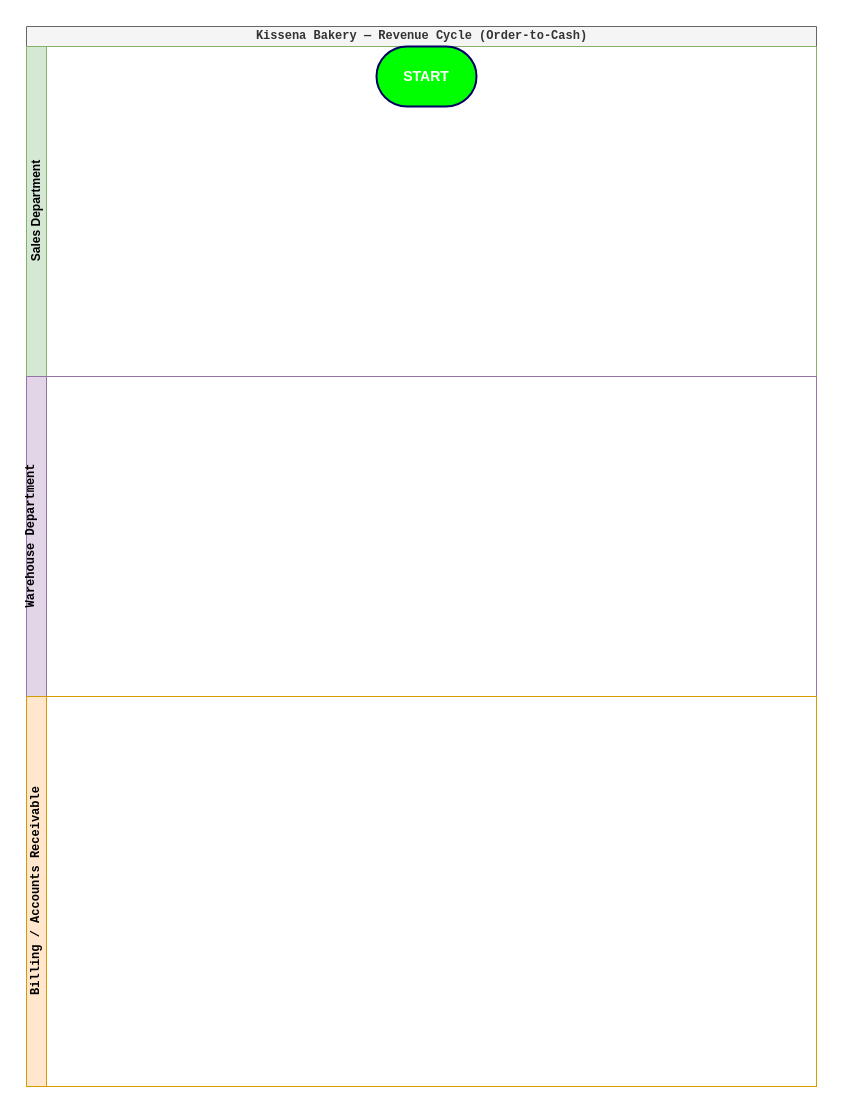
Earlier version of the draw.io diagram page "Page 1" (1 of 2) of Revenue_Cycle_Controls.drawio (GabrielLeyman/drawio). Source tidied: cells renumbered, new cells numbered last; positions are measured from the earlier drawing's top-left corner, leaving out a move shared by most shapes. Both pictures are drawn from the tidied source at 100%, with x=0, y=0 at pixel (26, 26).
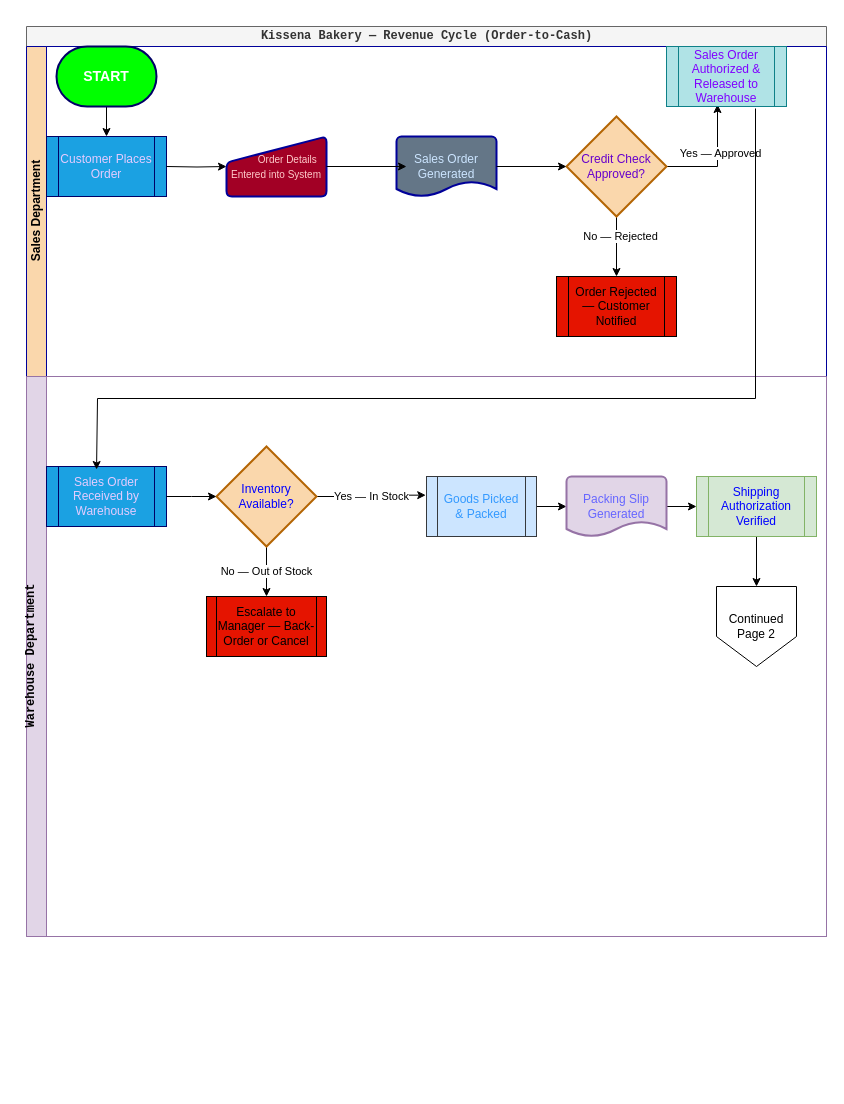
After the change.

Diff of the diagram source:
```diff
@@
     <mxCell id="2" value="&lt;pre class=&quot;overflow-visible! px-0!&quot;&gt;&lt;div class=&quot;relative w-full mt-4 mb-1&quot;&gt;&lt;div class=&quot;&quot;&gt;&lt;div class=&quot;relative&quot;&gt;&lt;div class=&quot;h-full min-h-0 min-w-0&quot;&gt;&lt;div class=&quot;h-full min-h-0 min-w-0&quot;&gt;&lt;div class=&quot;border border-token-border-light border-radius-3xl corner-superellipse/1.1 rounded-3xl&quot;&gt;&lt;div class=&quot;h-full w-full border-radius-3xl bg-token-bg-elevated-secondary corner-superellipse/1.1 overflow-clip rounded-3xl lxnfua_clipPathFallback&quot;&gt;&lt;div class=&quot;pe-11 pt-3&quot;&gt;&lt;div class=&quot;relative z-0 flex max-w-full&quot;&gt;&lt;div id=&quot;code-block-viewer&quot; dir=&quot;ltr&quot; class=&quot;q9tKkq_viewer cm-editor z-10 light:cm-light dark:cm-light flex h-full w-full flex-col items-stretch ͼ5 ͼj&quot;&gt;&lt;div class=&quot;cm-scroller&quot;&gt;&lt;div class=&quot;cm-content q9tKkq_readonly&quot;&gt;Kissena Bakery — Revenue Cycle (Order-to-Cash)&lt;/div&gt;&lt;/div&gt;&lt;/div&gt;&lt;/div&gt;&lt;/div&gt;&lt;/div&gt;&lt;/div&gt;&lt;/div&gt;&lt;/div&gt;&lt;div class=&quot;&quot;&gt;&lt;div class=&quot;&quot;&gt;&lt;/div&gt;&lt;/div&gt;&lt;/div&gt;&lt;/div&gt;&lt;/div&gt;&lt;/pre&gt;" style="swimlane;horizontal=1;startSize=20;html=1;fillColor=#f5f5f5;strokeColor=#666666;fontColor=#333333;" parent="1" vertex="1">
-      <mxGeometry width="790" height="1060" as="geometry" />
+      <mxGeometry width="800" height="910" as="geometry" />
     </mxCell>
-    <mxCell id="3" value="Sales Department" style="swimlane;startSize=20;horizontal=0;html=1;fillColor=#d5e8d4;strokeColor=#82b366;" parent="2" vertex="1">
-      <mxGeometry y="20" width="790" height="330" as="geometry" />
+    <mxCell id="3" value="Sales Department" style="swimlane;startSize=20;horizontal=0;html=1;fillColor=#fad7ac;strokeColor=#000099;" parent="2" vertex="1">
+      <mxGeometry y="20" width="800" height="330" as="geometry" />
     </mxCell>
+    <mxCell id="7" style="edgeStyle=orthogonalEdgeStyle;rounded=0;jettySize=auto;html=1;exitX=0.5;exitY=1;exitDx=0;exitDy=0;exitPerimeter=0;entryX=0.5;entryY=0;entryDx=0;entryDy=0;" parent="3" edge="1" source="4" target="8">
+      <mxGeometry relative="1" as="geometry">
+        <Array as="points">
+          <mxPoint x="80" y="60" />
+        </Array>
+      </mxGeometry>
+    </mxCell>
     <mxCell id="4" value="&lt;b&gt;&lt;font style=&quot;font-size: 14px;&quot;&gt;START&lt;/font&gt;&lt;/b&gt;" style="strokeWidth=2;html=1;shape=mxgraph.flowchart.terminator;whiteSpace=wrap;fillColor=#00FF00;strokeColor=#000066;fontColor=#ffffff;" parent="3" vertex="1">
-      <mxGeometry x="350" width="100" height="60" as="geometry" />
+      <mxGeometry x="30" width="100" height="60" as="geometry" />
     </mxCell>
+    <mxCell id="8" value="&lt;font style=&quot;color: rgb(229, 204, 255);&quot;&gt;Customer Places Order&lt;/font&gt;" style="shape=process;whiteSpace=wrap;html=1;backgroundOutline=1;fillColor=#1ba1e2;fontColor=#ffffff;strokeColor=#000066;" parent="3" vertex="1">
+      <mxGeometry x="20" y="90" width="120" height="60" as="geometry" />
+    </mxCell>
+    <mxCell id="9" value="&lt;span style=&quot;background-color: transparent;&quot;&gt;&lt;font style=&quot;font-size: 9px; color: rgb(255, 204, 204);&quot;&gt;&amp;nbsp; &amp;nbsp; &amp;nbsp; &amp;nbsp; &amp;nbsp;&lt;/font&gt;&lt;font style=&quot;color: rgb(255, 204, 204); font-size: 10px;&quot;&gt; Order Details&amp;nbsp;&lt;/font&gt;&lt;/span&gt;&lt;div&gt;&lt;span style=&quot;background-color: transparent;&quot;&gt;&lt;font style=&quot;color: rgb(255, 204, 204); font-size: 10px;&quot;&gt;Entered into System&lt;/font&gt;&lt;/span&gt;&lt;/div&gt;" style="html=1;strokeWidth=2;shape=manualInput;whiteSpace=wrap;rounded=1;size=26;arcSize=11;align=center;strokeColor=#000099;fillColor=#a20025;fontColor=#ffffff;" parent="3" vertex="1">
+      <mxGeometry x="200" y="90" width="100" height="60" as="geometry" />
+    </mxCell>
+    <mxCell id="10" style="edgeStyle=orthogonalEdgeStyle;rounded=0;jettySize=auto;html=1;entryX=0;entryY=0.5;entryDx=0;entryDy=0;" parent="3" edge="1" target="9">
+      <mxGeometry relative="1" as="geometry">
+        <mxPoint x="140" y="120" as="sourcePoint" />
+      </mxGeometry>
+    </mxCell>
+    <mxCell id="11" value="&lt;font style=&quot;color: rgb(204, 229, 255);&quot;&gt;Sales Order Generated&lt;/font&gt;" style="strokeWidth=2;html=1;shape=mxgraph.flowchart.document2;whiteSpace=wrap;size=0.25;fillColor=#647687;fontColor=#ffffff;strokeColor=#000099;" parent="3" vertex="1">
+      <mxGeometry x="370" y="90" width="100" height="60" as="geometry" />
+    </mxCell>
+    <mxCell id="12" style="edgeStyle=orthogonalEdgeStyle;rounded=0;jettySize=auto;html=1;exitX=1;exitY=0.5;exitDx=0;exitDy=0;entryX=0.1;entryY=0.5;entryDx=0;entryDy=0;entryPerimeter=0;" parent="3" edge="1" source="9" target="11">
+      <mxGeometry relative="1" as="geometry" />
+    </mxCell>
+    <mxCell id="13" style="edgeStyle=orthogonalEdgeStyle;rounded=0;jettySize=auto;html=1;exitX=1;exitY=0.5;exitDx=0;exitDy=0;exitPerimeter=0;entryX=0.425;entryY=0.967;entryDx=0;entryDy=0;entryPerimeter=0;" parent="3" edge="1" source="17" target="20">
+      <mxGeometry relative="1" as="geometry" />
+    </mxCell>
+    <mxCell id="14" value="Yes — Approved" style="edgeLabel;html=1;align=center;verticalAlign=middle;" parent="13" vertex="1">
+      <mxGeometry x="0.15" y="-2" relative="1" as="geometry" />
+    </mxCell>
+    <mxCell id="15" style="edgeStyle=orthogonalEdgeStyle;rounded=0;jettySize=auto;html=1;exitX=0.5;exitY=1;exitDx=0;exitDy=0;exitPerimeter=0;" parent="3" edge="1" source="17">
+      <mxGeometry relative="1" as="geometry">
+        <mxPoint x="590" y="230" as="targetPoint" />
+        <Array as="points">
+          <mxPoint x="590" y="230" />
+          <mxPoint x="590" y="230" />
+        </Array>
+      </mxGeometry>
+    </mxCell>
+    <mxCell id="16" value="No — Rejected" style="edgeLabel;html=1;align=center;verticalAlign=middle;" parent="15" vertex="1">
+      <mxGeometry x="-0.38" y="3" relative="1" as="geometry" />
+    </mxCell>
+    <mxCell id="17" value="&lt;font style=&quot;color: rgb(102, 0, 204);&quot;&gt;Credit Check Approved?&lt;/font&gt;" style="strokeWidth=2;html=1;shape=mxgraph.flowchart.decision;whiteSpace=wrap;fillColor=#fad7ac;strokeColor=#b46504;" parent="3" vertex="1">
+      <mxGeometry x="540" y="70" width="100" height="100" as="geometry" />
+    </mxCell>
+    <mxCell id="18" style="edgeStyle=orthogonalEdgeStyle;rounded=0;jettySize=auto;html=1;exitX=1;exitY=0.5;exitDx=0;exitDy=0;exitPerimeter=0;entryX=0;entryY=0.5;entryDx=0;entryDy=0;entryPerimeter=0;" parent="3" edge="1" source="11" target="17">
+      <mxGeometry relative="1" as="geometry" />
+    </mxCell>
+    <mxCell id="19" value="&lt;font style=&quot;color: rgb(0, 0, 0);&quot;&gt;Order Rejected — Customer Notified&lt;/font&gt;" style="shape=process;whiteSpace=wrap;html=1;backgroundOutline=1;strokeColor=#000000;align=center;verticalAlign=middle;fontFamily=Helvetica;fontSize=12;fontColor=#ffffff;fillColor=#e51400;" parent="3" vertex="1">
+      <mxGeometry x="530" y="230" width="120" height="60" as="geometry" />
+    </mxCell>
+    <mxCell id="20" value="&lt;font style=&quot;color: rgb(127, 0, 255);&quot;&gt;Sales Order Authorized &amp;amp; Released to Warehouse&lt;/font&gt;" style="shape=process;whiteSpace=wrap;html=1;backgroundOutline=1;fillColor=#b0e3e6;strokeColor=#0e8088;" parent="3" vertex="1">
+      <mxGeometry x="640" width="120" height="60" as="geometry" />
+    </mxCell>
     <mxCell id="5" value="&lt;font face=&quot;monospace&quot;&gt;&lt;span style=&quot;white-space-collapse: preserve;&quot;&gt;Warehouse Department&lt;/span&gt;&lt;/font&gt;&lt;p&gt;&lt;/p&gt;" style="swimlane;startSize=20;horizontal=0;html=1;fillColor=#e1d5e7;strokeColor=#9673a6;" parent="2" vertex="1">
-      <mxGeometry y="350" width="790" height="320" as="geometry" />
+      <mxGeometry y="350" width="800" height="560" as="geometry" />
     </mxCell>
-    <mxCell id="6" value="&lt;pre class=&quot;overflow-visible! px-0!&quot;&gt;&lt;div class=&quot;relative w-full mt-4 mb-1&quot;&gt;&lt;div class=&quot;&quot;&gt;&lt;div class=&quot;relative&quot;&gt;&lt;div class=&quot;h-full min-h-0 min-w-0&quot;&gt;&lt;div class=&quot;h-full min-h-0 min-w-0&quot;&gt;&lt;div class=&quot;border border-token-border-light border-radius-3xl corner-superellipse/1.1 rounded-3xl&quot;&gt;&lt;div class=&quot;h-full w-full border-radius-3xl bg-token-bg-elevated-secondary corner-superellipse/1.1 overflow-clip rounded-3xl lxnfua_clipPathFallback&quot;&gt;&lt;div class=&quot;pe-11 pt-3&quot;&gt;&lt;div class=&quot;relative z-0 flex max-w-full&quot;&gt;&lt;div id=&quot;code-block-viewer&quot; dir=&quot;ltr&quot; class=&quot;q9tKkq_viewer cm-editor z-10 light:cm-light dark:cm-light flex h-full w-full flex-col items-stretch ͼ5 ͼj&quot;&gt;&lt;div class=&quot;cm-scroller&quot;&gt;&lt;div class=&quot;cm-content q9tKkq_readonly&quot;&gt;Billing / Accounts Receivable&lt;/div&gt;&lt;/div&gt;&lt;/div&gt;&lt;/div&gt;&lt;/div&gt;&lt;/div&gt;&lt;/div&gt;&lt;/div&gt;&lt;/div&gt;&lt;div class=&quot;&quot;&gt;&lt;div class=&quot;&quot;&gt;&lt;/div&gt;&lt;/div&gt;&lt;/div&gt;&lt;/div&gt;&lt;/div&gt;&lt;/pre&gt;" style="swimlane;startSize=20;horizontal=0;html=1;fillColor=#ffe6cc;strokeColor=#d79b00;" parent="2" vertex="1">
-      <mxGeometry y="670" width="790" height="390" as="geometry" />
-    </mxCell>
+    <mxCell id="21" value="&lt;font style=&quot;color: rgb(229, 204, 255);&quot;&gt;Sales Order Received by Warehouse&lt;/font&gt;" style="shape=process;whiteSpace=wrap;html=1;backgroundOutline=1;fillColor=#1ba1e2;strokeColor=#000066;align=center;verticalAlign=middle;fontFamily=Helvetica;fontSize=12;fontColor=#ffffff;" parent="5" vertex="1">
+      <mxGeometry x="20" y="90" width="120" height="60" as="geometry" />
+    </mxCell>
+    <mxCell id="22" style="edgeStyle=orthogonalEdgeStyle;rounded=0;jettySize=auto;html=1;exitX=0.75;exitY=1;exitDx=0;exitDy=0;entryX=0.417;entryY=0.05;entryDx=0;entryDy=0;entryPerimeter=0;" parent="5" edge="1" target="21">
+      <mxGeometry relative="1" as="geometry">
+        <mxPoint x="729" y="-268" as="sourcePoint" />
+        <Array as="points">
+          <mxPoint x="729" y="22" />
+          <mxPoint x="71" y="22" />
+        </Array>
+      </mxGeometry>
+    </mxCell>
+    <mxCell id="23" value="Yes — In Stock" style="edgeStyle=orthogonalEdgeStyle;rounded=0;jettySize=auto;html=1;exitX=1;exitY=0.5;exitDx=0;exitDy=0;exitPerimeter=0;entryX=-0.007;entryY=0.311;entryDx=0;entryDy=0;entryPerimeter=0;" parent="5" edge="1" source="25" target="29">
+      <mxGeometry relative="1" as="geometry" />
+    </mxCell>
+    <mxCell id="24" value="No — Out of Stock" style="edgeStyle=orthogonalEdgeStyle;rounded=0;jettySize=auto;html=1;exitX=0.5;exitY=1;exitDx=0;exitDy=0;exitPerimeter=0;entryX=0.5;entryY=0;entryDx=0;entryDy=0;" parent="5" edge="1" source="25" target="27">
+      <mxGeometry relative="1" as="geometry" />
+    </mxCell>
+    <mxCell id="25" value="&lt;font style=&quot;color: rgb(0, 0, 255);&quot;&gt;Inventory Available?&lt;/font&gt;" style="strokeWidth=2;html=1;shape=mxgraph.flowchart.decision;whiteSpace=wrap;fillColor=#fad7ac;strokeColor=#b46504;align=center;verticalAlign=middle;fontFamily=Helvetica;fontSize=12;fontColor=default;" parent="5" vertex="1">
+      <mxGeometry x="190" y="70" width="100" height="100" as="geometry" />
+    </mxCell>
+    <mxCell id="26" style="edgeStyle=orthogonalEdgeStyle;rounded=0;jettySize=auto;html=1;exitX=1;exitY=0.5;exitDx=0;exitDy=0;" parent="5" edge="1" source="21">
+      <mxGeometry relative="1" as="geometry">
+        <mxPoint x="190" y="120" as="targetPoint" />
+      </mxGeometry>
+    </mxCell>
+    <mxCell id="27" value="&lt;font style=&quot;color: rgb(0, 0, 0);&quot;&gt;Escalate to Manager — Back-Order or Cancel&lt;/font&gt;" style="shape=process;whiteSpace=wrap;html=1;backgroundOutline=1;strokeColor=#000000;align=center;verticalAlign=middle;fontFamily=Helvetica;fontSize=12;fontColor=#ffffff;fillColor=#e51400;size=0.08333333333333333;" parent="5" vertex="1">
+      <mxGeometry x="180" y="220" width="120" height="60" as="geometry" />
+    </mxCell>
+    <mxCell id="28" style="edgeStyle=orthogonalEdgeStyle;rounded=0;jettySize=auto;html=1;exitX=1;exitY=0.5;exitDx=0;exitDy=0;" parent="5" edge="1" source="29" target="31">
+      <mxGeometry relative="1" as="geometry" />
+    </mxCell>
+    <mxCell id="29" value="&lt;font style=&quot;color: rgb(51, 153, 255);&quot;&gt;Goods Picked &amp;amp; Packed&lt;/font&gt;" style="shape=process;whiteSpace=wrap;html=1;backgroundOutline=1;fillColor=#cce5ff;strokeColor=#36393d;" parent="5" vertex="1">
+      <mxGeometry x="400" y="100" width="110" height="60" as="geometry" />
+    </mxCell>
+    <mxCell id="30" style="edgeStyle=orthogonalEdgeStyle;rounded=0;jettySize=auto;html=1;exitX=1;exitY=0.5;exitDx=0;exitDy=0;exitPerimeter=0;" parent="5" edge="1" source="31" target="33">
+      <mxGeometry relative="1" as="geometry" />
+    </mxCell>
+    <mxCell id="31" value="&lt;font style=&quot;color: rgb(102, 102, 255);&quot;&gt;Packing Slip Generated&lt;/font&gt;" style="strokeWidth=2;html=1;shape=mxgraph.flowchart.document2;whiteSpace=wrap;size=0.25;fillColor=#e1d5e7;strokeColor=#9673a6;" parent="5" vertex="1">
+      <mxGeometry x="540" y="100" width="100" height="60" as="geometry" />
+    </mxCell>
+    <mxCell id="32" style="edgeStyle=orthogonalEdgeStyle;rounded=0;jettySize=auto;html=1;exitX=0.5;exitY=1;exitDx=0;exitDy=0;entryX=0.5;entryY=0;entryDx=0;entryDy=0;" parent="5" edge="1" source="33" target="34">
+      <mxGeometry relative="1" as="geometry" />
+    </mxCell>
+    <mxCell id="33" value="&lt;font style=&quot;color: rgb(0, 0, 255);&quot;&gt;Shipping Authorization Verified&lt;/font&gt;" style="shape=process;whiteSpace=wrap;html=1;backgroundOutline=1;fillColor=#d5e8d4;strokeColor=#82b366;" parent="5" vertex="1">
+      <mxGeometry x="670" y="100" width="120" height="60" as="geometry" />
+    </mxCell>
+    <mxCell id="34" value="Continued Page 2" style="shape=offPageConnector;whiteSpace=wrap;html=1;" parent="5" vertex="1">
+      <mxGeometry x="690" y="210" width="80" height="80" as="geometry" />
+    </mxCell>
```
